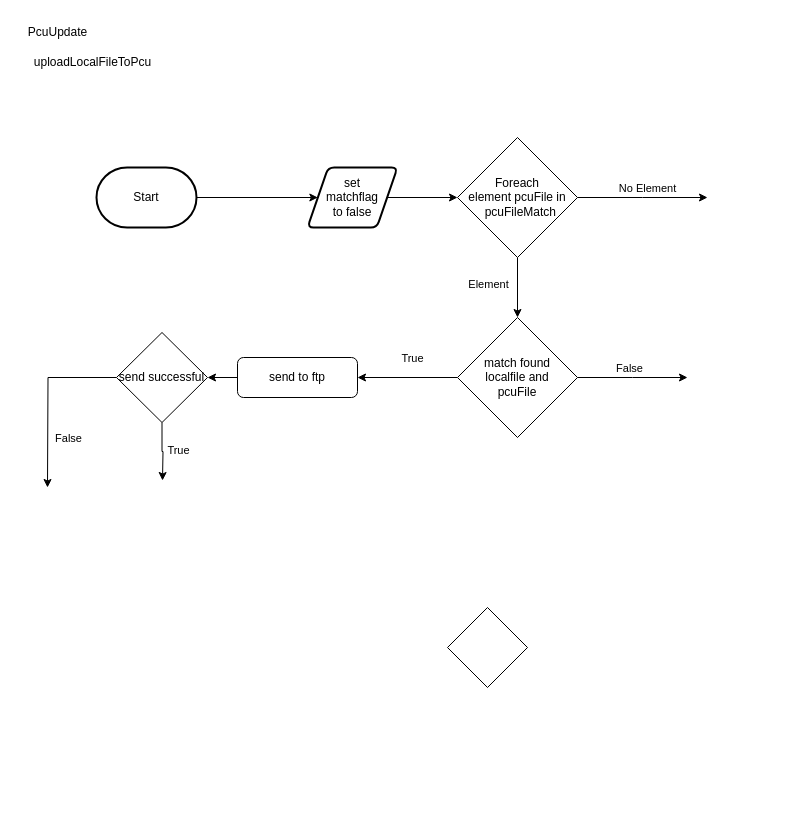
The draw.io diagram FlowChart/Update/UploadFile.drawio in nicnike/Uml, before the edit. Source tidied: cells renumbered, new cells numbered last; positions are measured from the earlier drawing's top-left corner, leaving out a move shared by most shapes. Both pictures are drawn from the tidied source at 100%, with x=0, y=0 at pixel (17, 17).
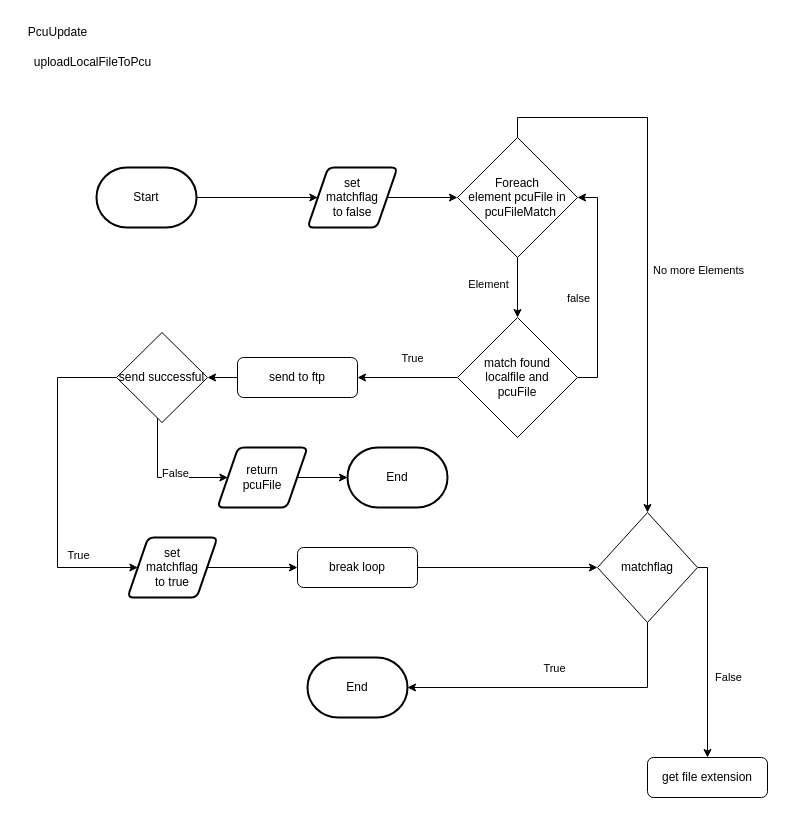
After the change.

The change refers to these unchanged cells:
```xml
<mxCell id="12" value="Foreach &lt;br&gt;element pcuFile in&lt;br&gt;&amp;nbsp; pcuFileMatch" style="rhombus;whiteSpace=wrap;html=1;" parent="1" vertex="1">
  <mxGeometry x="440" y="120" width="120" height="120" as="geometry" />
</mxCell>
<mxCell id="27" value="send successful" style="rhombus;whiteSpace=wrap;html=1;" parent="1" vertex="1">
  <mxGeometry x="99" y="315" width="91" height="90" as="geometry" />
</mxCell>
```

Change to the diagram source:
```diff
@@
-    <mxCell id="10" style="edgeStyle=orthogonalEdgeStyle;rounded=0;jettySize=auto;html=1;" parent="1" edge="1" source="12">
-      <mxGeometry relative="1" as="geometry">
-        <mxPoint x="690" y="180" as="targetPoint" />
-      </mxGeometry>
+    <mxCell id="10" style="edgeStyle=orthogonalEdgeStyle;rounded=0;jettySize=auto;html=1;entryX=0.5;entryY=0;entryDx=0;entryDy=0;exitX=0.5;exitY=0;exitDx=0;exitDy=0;" parent="1" edge="1" source="12" target="20">
+      <mxGeometry relative="1" as="geometry" />
     </mxCell>
-    <mxCell id="11" value="No Element" style="edgeLabel;html=1;align=center;verticalAlign=middle;" parent="10" vertex="1">
+    <mxCell id="11" value="No more Elements" style="edgeLabel;html=1;align=center;verticalAlign=middle;" parent="10" vertex="1">
       <mxGeometry x="0.07" y="2" relative="1" as="geometry">
-        <mxPoint y="-8" as="offset" />
+        <mxPoint x="48" y="10" as="offset" />
       </mxGeometry>
     </mxCell>
@@
-    <mxCell id="17" style="edgeStyle=orthogonalEdgeStyle;rounded=0;jettySize=auto;html=1;" parent="1" edge="1" source="19">
-      <mxGeometry relative="1" as="geometry">
-        <mxPoint x="670" y="360" as="targetPoint" />
-      </mxGeometry>
-    </mxCell>
+    <mxCell id="28" style="edgeStyle=orthogonalEdgeStyle;rounded=0;jettySize=auto;html=1;entryX=1;entryY=0.5;entryDx=0;entryDy=0;" parent="1" edge="1" source="19" target="12">
+      <mxGeometry relative="1" as="geometry">
+        <Array as="points">
+          <mxPoint x="580" y="360" />
+          <mxPoint x="580" y="180" />
+        </Array>
+      </mxGeometry>
+    </mxCell>
+    <mxCell id="29" value="false" style="edgeLabel;html=1;align=center;verticalAlign=middle;" parent="28" vertex="1">
+      <mxGeometry x="-0.13" y="-2" relative="1" as="geometry">
+        <mxPoint x="-22" y="-4" as="offset" />
+      </mxGeometry>
+    </mxCell>
+    <mxCell id="19" value="match found &lt;br&gt;localfile and &lt;br&gt;pcuFile" style="rhombus;whiteSpace=wrap;html=1;" parent="1" vertex="1">
+      <mxGeometry x="440" y="300" width="120" height="120" as="geometry" />
+    </mxCell>
+    <mxCell id="30" style="edgeStyle=orthogonalEdgeStyle;rounded=0;jettySize=auto;html=1;entryX=1;entryY=0.5;entryDx=0;entryDy=0;entryPerimeter=0;" parent="1" edge="1" source="20" target="40">
+      <mxGeometry relative="1" as="geometry">
+        <Array as="points">
+          <mxPoint x="630" y="670" />
+        </Array>
+      </mxGeometry>
+    </mxCell>
+    <mxCell id="31" value="True" style="edgeLabel;html=1;align=center;verticalAlign=middle;" parent="30" vertex="1">
+      <mxGeometry x="0.04" y="-2" relative="1" as="geometry">
+        <mxPoint y="-18" as="offset" />
+      </mxGeometry>
+    </mxCell>
+    <mxCell id="32" style="edgeStyle=orthogonalEdgeStyle;rounded=0;jettySize=auto;html=1;entryX=0.5;entryY=0;entryDx=0;entryDy=0;" parent="1" edge="1" source="20" target="41">
+      <mxGeometry relative="1" as="geometry">
+        <Array as="points">
+          <mxPoint x="690" y="550" />
+        </Array>
+      </mxGeometry>
+    </mxCell>
-    <mxCell id="18" value="False" style="edgeLabel;html=1;align=center;verticalAlign=middle;" parent="17" vertex="1">
-      <mxGeometry x="-0.08" y="3" relative="1" as="geometry">
-        <mxPoint y="-7" as="offset" />
+    <mxCell id="18" value="False" style="edgeLabel;html=1;align=center;verticalAlign=middle;" parent="32" vertex="1">
+      <mxGeometry x="0.19" y="1" relative="1" as="geometry">
+        <mxPoint x="19" as="offset" />
       </mxGeometry>
     </mxCell>
-    <mxCell id="19" value="match found &lt;br&gt;localfile and &lt;br&gt;pcuFile" style="rhombus;whiteSpace=wrap;html=1;" parent="1" vertex="1">
-      <mxGeometry x="440" y="300" width="120" height="120" as="geometry" />
-    </mxCell>
-    <mxCell id="20" style="rhombus;whiteSpace=wrap;html=1;" parent="1" vertex="1">
-      <mxGeometry x="430" y="590" width="80" height="80" as="geometry" />
+    <mxCell id="20" value="matchflag" style="rhombus;whiteSpace=wrap;html=1;" parent="1" vertex="1">
+      <mxGeometry x="580" y="495" width="100" height="110" as="geometry" />
     </mxCell>
@@
-    <mxCell id="23" style="edgeStyle=orthogonalEdgeStyle;rounded=0;jettySize=auto;html=1;" parent="1" edge="1" source="27">
+    <mxCell id="23" style="edgeStyle=orthogonalEdgeStyle;rounded=0;jettySize=auto;html=1;entryX=0;entryY=0.5;entryDx=0;entryDy=0;" parent="1" edge="1" source="27" target="33">
       <mxGeometry relative="1" as="geometry">
-        <mxPoint x="145" y="463" as="targetPoint" />
+        <Array as="points">
+          <mxPoint x="140" y="460" />
+        </Array>
       </mxGeometry>
     </mxCell>
-    <mxCell id="24" value="True" style="edgeLabel;html=1;align=center;verticalAlign=middle;" parent="23" vertex="1">
+    <mxCell id="24" value="False" style="edgeLabel;html=1;align=center;verticalAlign=middle;" parent="23" vertex="1">
       <mxGeometry y="3" relative="1" as="geometry">
         <mxPoint x="12" y="-2" as="offset" />
       </mxGeometry>
     </mxCell>
-    <mxCell id="25" style="edgeStyle=orthogonalEdgeStyle;rounded=0;jettySize=auto;html=1;" parent="1" edge="1" source="27">
+    <mxCell id="25" style="edgeStyle=orthogonalEdgeStyle;rounded=0;jettySize=auto;html=1;entryX=0;entryY=0.5;entryDx=0;entryDy=0;" parent="1" edge="1" source="27" target="37">
       <mxGeometry relative="1" as="geometry">
-        <mxPoint x="30" y="470" as="targetPoint" />
+        <Array as="points">
+          <mxPoint x="40" y="360" />
+          <mxPoint x="40" y="550" />
+        </Array>
       </mxGeometry>
     </mxCell>
-    <mxCell id="26" value="False" style="edgeLabel;html=1;align=center;verticalAlign=middle;" parent="25" vertex="1">
+    <mxCell id="26" value="True" style="edgeLabel;html=1;align=center;verticalAlign=middle;" parent="25" vertex="1">
       <mxGeometry x="0.42" y="-1" relative="1" as="geometry">
         <mxPoint x="21" y="2" as="offset" />
       </mxGeometry>
     </mxCell>
@@
+    <mxCell id="33" value="return&lt;br&gt;pcuFile" style="shape=parallelogram;html=1;strokeWidth=2;perimeter=parallelogramPerimeter;whiteSpace=wrap;rounded=1;arcSize=12;size=0.23;" parent="1" vertex="1">
+      <mxGeometry x="200" y="430" width="90" height="60" as="geometry" />
+    </mxCell>
+    <mxCell id="34" value="End" style="strokeWidth=2;html=1;shape=mxgraph.flowchart.terminator;whiteSpace=wrap;" parent="1" vertex="1">
+      <mxGeometry x="330" y="430" width="100" height="60" as="geometry" />
+    </mxCell>
+    <mxCell id="35" style="edgeStyle=orthogonalEdgeStyle;rounded=0;jettySize=auto;html=1;entryX=0;entryY=0.5;entryDx=0;entryDy=0;entryPerimeter=0;" parent="1" edge="1" source="33" target="34">
+      <mxGeometry relative="1" as="geometry" />
+    </mxCell>
+    <mxCell id="36" style="edgeStyle=orthogonalEdgeStyle;rounded=0;jettySize=auto;html=1;entryX=0;entryY=0.5;entryDx=0;entryDy=0;" parent="1" edge="1" source="37" target="39">
+      <mxGeometry relative="1" as="geometry" />
+    </mxCell>
+    <mxCell id="37" value="set &lt;br&gt;matchflag&lt;br&gt;to true" style="shape=parallelogram;html=1;strokeWidth=2;perimeter=parallelogramPerimeter;whiteSpace=wrap;rounded=1;arcSize=12;size=0.23;" parent="1" vertex="1">
+      <mxGeometry x="110" y="520" width="90" height="60" as="geometry" />
+    </mxCell>
+    <mxCell id="38" style="edgeStyle=orthogonalEdgeStyle;rounded=0;jettySize=auto;html=1;" parent="1" edge="1" source="39" target="20">
+      <mxGeometry relative="1" as="geometry" />
+    </mxCell>
+    <mxCell id="39" value="break loop" style="rounded=1;whiteSpace=wrap;html=1;fontSize=12;glass=0;strokeWidth=1;shadow=0;" parent="1" vertex="1">
+      <mxGeometry x="280" y="530" width="120" height="40" as="geometry" />
+    </mxCell>
+    <mxCell id="40" value="End" style="strokeWidth=2;html=1;shape=mxgraph.flowchart.terminator;whiteSpace=wrap;" parent="1" vertex="1">
+      <mxGeometry x="290" y="640" width="100" height="60" as="geometry" />
+    </mxCell>
+    <mxCell id="41" value="get file extension" style="rounded=1;whiteSpace=wrap;html=1;fontSize=12;glass=0;strokeWidth=1;shadow=0;" parent="1" vertex="1">
+      <mxGeometry x="630" y="740" width="120" height="40" as="geometry" />
+    </mxCell>
```
